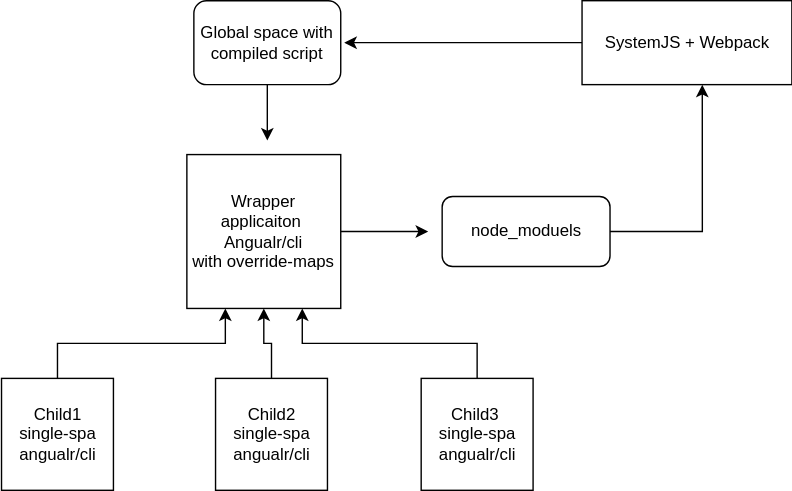
Earlier version of the draw.io export src/assets/Untitled Diagram.svg (3gwebtrain/AngularWebpack). Source tidied: cells renumbered, new cells last; positions are measured from the earlier drawing's top-left corner, leaving out a move shared by most shapes.
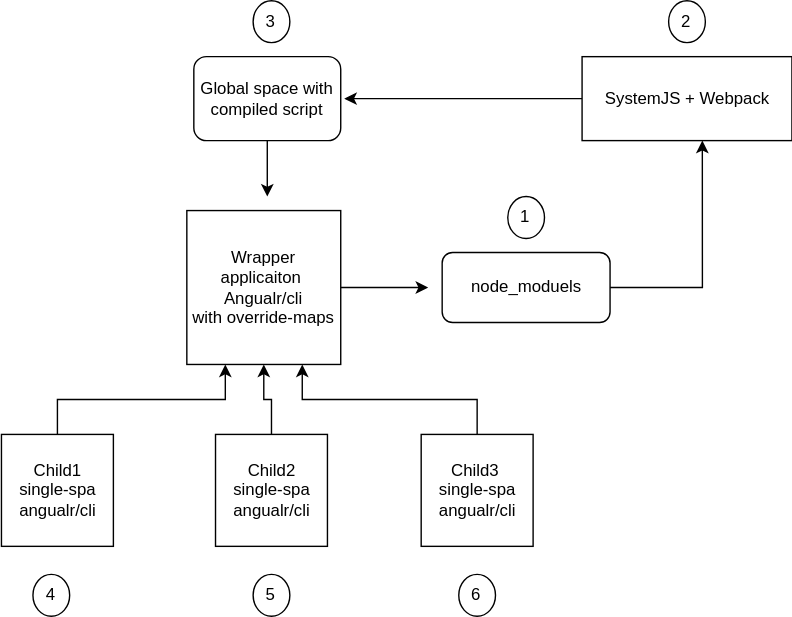
After the change.

Diff of the diagram source:
```diff
@@ -50,5 +50,23 @@
     <mxCell id="15" value="node_moduels" style="rounded=1;whiteSpace=wrap;html=1;" parent="1" vertex="1">
       <mxGeometry x="314.5" y="140" width="120" height="50" as="geometry" />
     </mxCell>
+    <mxCell id="16" value="1" style="ellipse;whiteSpace=wrap;html=1;" parent="1" vertex="1">
+      <mxGeometry x="361.4" y="100" width="26.2" height="30" as="geometry" />
+    </mxCell>
+    <mxCell id="17" value="2" style="ellipse;whiteSpace=wrap;html=1;" parent="1" vertex="1">
+      <mxGeometry x="476.4" y="-40" width="26.2" height="30" as="geometry" />
+    </mxCell>
+    <mxCell id="18" value="3" style="ellipse;whiteSpace=wrap;html=1;" parent="1" vertex="1">
+      <mxGeometry x="179.4" y="-40" width="26.2" height="30" as="geometry" />
+    </mxCell>
+    <mxCell id="19" value="4" style="ellipse;whiteSpace=wrap;html=1;" parent="1" vertex="1">
+      <mxGeometry x="22" y="370" width="26.2" height="30" as="geometry" />
+    </mxCell>
+    <mxCell id="20" value="5" style="ellipse;whiteSpace=wrap;html=1;" parent="1" vertex="1">
+      <mxGeometry x="179.4" y="370" width="26.2" height="30" as="geometry" />
+    </mxCell>
+    <mxCell id="21" value="6" style="ellipse;whiteSpace=wrap;html=1;" parent="1" vertex="1">
+      <mxGeometry x="326.4" y="370" width="26.2" height="30" as="geometry" />
+    </mxCell>
   </root>
 </mxGraphModel>
```
